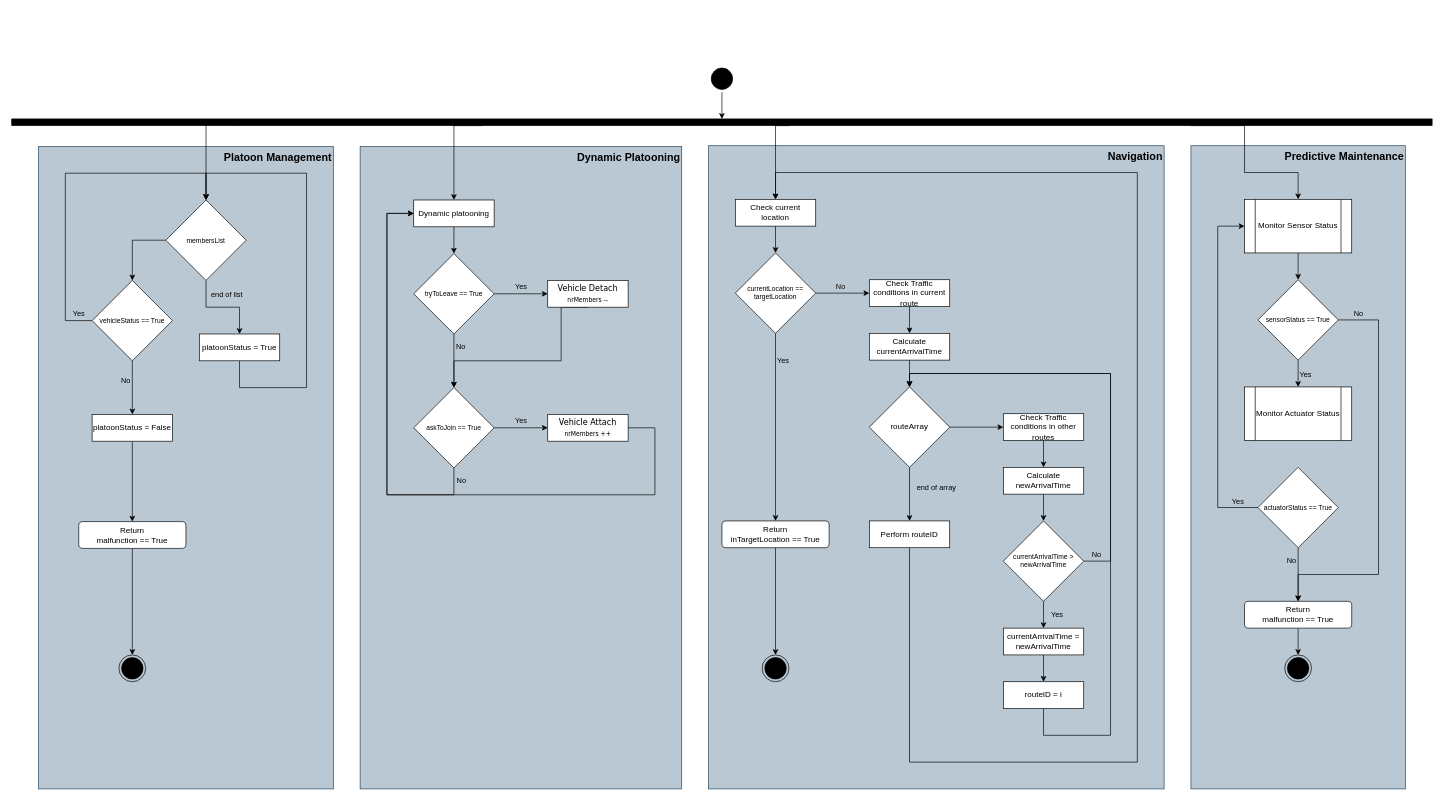
The draw.io diagram page "Platooning State" (2 of 5) of MESCC/1st_year/2nd_semester/state_diagram.drawio in carlosrijo9/ISEP, before the edit. Source tidied: cells renumbered, new cells numbered last; positions are measured from the earlier drawing's top-left corner, leaving out a move shared by most shapes. Both pictures are drawn from the tidied source at 67%, with x=0, y=0 at pixel (11, 65).
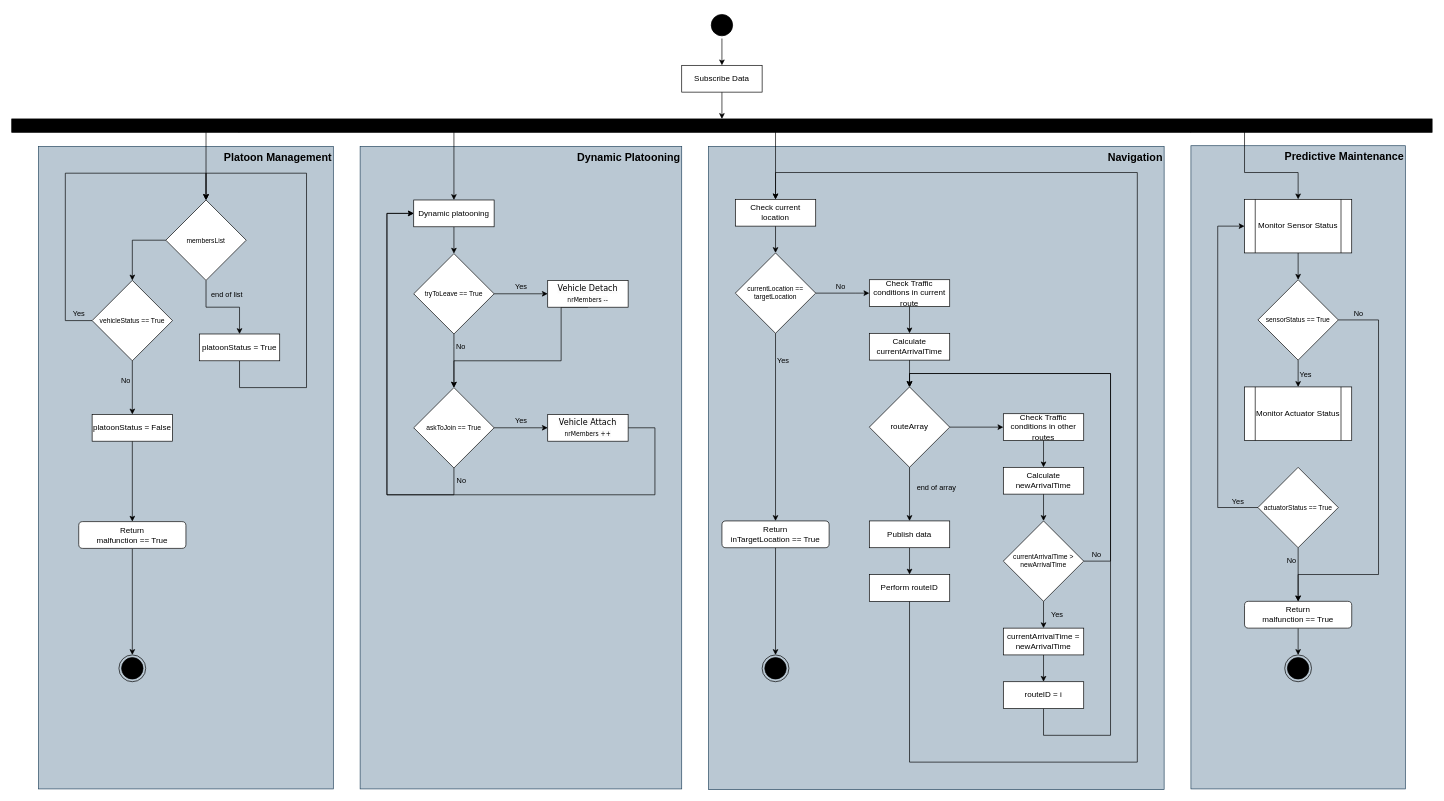
The same diagram, later.

The change refers to these unchanged cells:
```xml
<mxCell id="46" value="routeArray" style="rhombus;whiteSpace=wrap;html=1;fillColor=default;" parent="1" vertex="1">
  <mxGeometry x="1280" y="480" width="120" height="120" as="geometry" />
</mxCell>
```

Diff of the diagram source:
```diff
@@
     <mxCell id="4" value="&lt;font style=&quot;font-size: 16px;&quot;&gt;Navigation&lt;/font&gt;" style="rounded=0;whiteSpace=wrap;html=1;fillColor=#bac8d3;align=right;verticalAlign=top;strokeColor=#23445d;fontStyle=1;" parent="1" vertex="1">
-      <mxGeometry x="1040" y="120" width="680" height="960" as="geometry" />
+      <mxGeometry x="1040" y="121" width="680" height="960" as="geometry" />
     </mxCell>
@@
-    <mxCell id="6" style="edgeStyle=orthogonalEdgeStyle;rounded=0;jettySize=auto;html=1;strokeColor=default;entryX=0.5;entryY=0;entryDx=0;entryDy=0;" parent="1" edge="1" source="7" target="11">
+    <mxCell id="6" style="edgeStyle=orthogonalEdgeStyle;rounded=0;jettySize=auto;html=1;strokeColor=default;entryX=0.5;entryY=0;entryDx=0;entryDy=0;" parent="1" edge="1" source="85" target="11">
       <mxGeometry relative="1" as="geometry" />
     </mxCell>
     <mxCell id="7" style="ellipse;html=1;shape=startState;fillColor=#000000;strokeColor=default;" parent="1" vertex="1">
-      <mxGeometry x="1040" width="40" height="40" as="geometry" />
+      <mxGeometry x="1040" y="-80" width="40" height="40" as="geometry" />
     </mxCell>
@@
     <mxCell id="11" style="rounded=0;whiteSpace=wrap;html=1;strokeColor=#000000;fillColor=#000000;points=[[0,0,0,0,0],[0,0.25,0,0,0],[0,0.5,0,0,0],[0,0.75,0,0,0],[0,1,0,0,0],[0.08,0.9,0,0,0],[0.16,1,0,0,1],[0.25,0,0,0,0],[0.25,1,0,0,1],[0.36,1,0,0,1],[0.43,1,0,0,0],[0.5,0,0,0,0],[0.5,1,0,0,0],[0.58,0.8,0,0,0],[0.66,1,0,0,0],[0.75,0,0,0,0],[0.75,1,0,0,0],[0.83,1,0,0,0],[0.92,1,0,0,0],[1,0,0,0,0],[1,0.25,0,0,0],[1,0.5,0,0,0],[1,0.75,0,0,0],[1,1,0,0,0]];" parent="1" vertex="1">
-      <mxGeometry y="80" width="2120" height="10" as="geometry" />
+      <mxGeometry y="80" width="2120" height="20" as="geometry" />
     </mxCell>
@@
-    <mxCell id="38" value="end of array" style="edgeStyle=orthogonalEdgeStyle;rounded=0;jettySize=auto;html=1;labelBackgroundColor=none;" parent="1" edge="1" source="46" target="41">
+    <mxCell id="38" value="end of array" style="edgeStyle=orthogonalEdgeStyle;rounded=0;jettySize=auto;html=1;labelBackgroundColor=none;entryX=0.5;entryY=0;entryDx=0;entryDy=0;" parent="1" edge="1" source="46" target="87">
       <mxGeometry x="-0.25" y="40" relative="1" as="geometry" />
     </mxCell>
@@
     <mxCell id="41" value="Perform routeID" style="rounded=0;whiteSpace=wrap;html=1;" parent="1" vertex="1">
-      <mxGeometry x="1280" y="680" width="120" height="40" as="geometry" />
+      <mxGeometry x="1280" y="760" width="120" height="40" as="geometry" />
     </mxCell>
@@
+    <mxCell id="84" style="edgeStyle=orthogonalEdgeStyle;rounded=0;jettySize=auto;html=1;strokeColor=default;entryX=0.5;entryY=0;entryDx=0;entryDy=0;" parent="1" edge="1" source="7" target="85">
+      <mxGeometry relative="1" as="geometry" />
+    </mxCell>
+    <mxCell id="85" value="Subscribe Data" style="rounded=0;whiteSpace=wrap;html=1;" parent="1" vertex="1">
+      <mxGeometry x="1000" width="120" height="40" as="geometry" />
+    </mxCell>
+    <mxCell id="86" style="edgeStyle=orthogonalEdgeStyle;rounded=0;jettySize=auto;html=1;" parent="1" edge="1" source="87" target="41">
+      <mxGeometry relative="1" as="geometry" />
+    </mxCell>
+    <mxCell id="87" value="Publish data" style="rounded=0;whiteSpace=wrap;html=1;" parent="1" vertex="1">
+      <mxGeometry x="1280" y="680" width="120" height="40" as="geometry" />
+    </mxCell>
```
